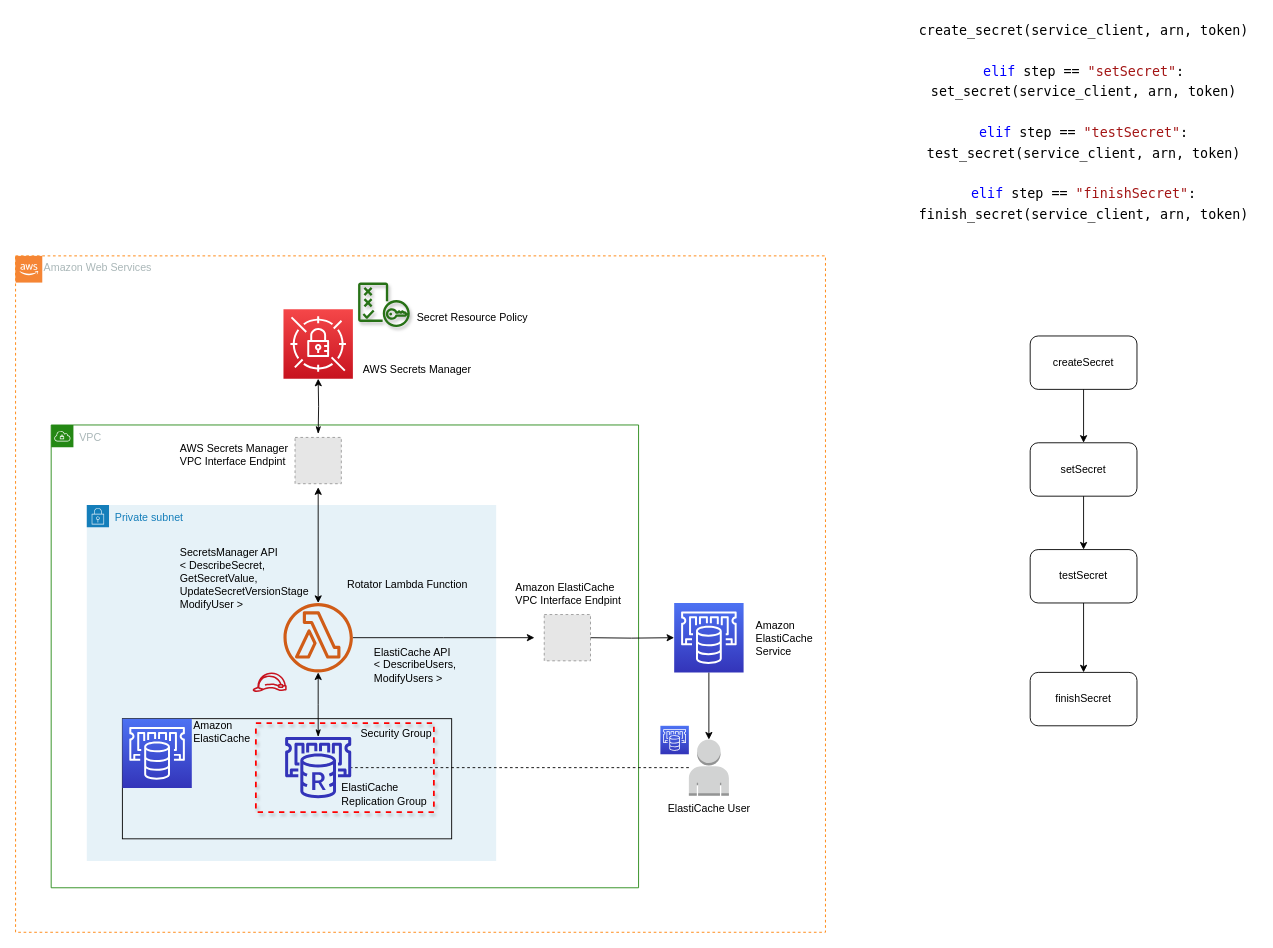
Above: page "Page-4" (4 of 5) of docs/drawio/raw.drawio in its-mirus-lu/aws-cdk-elasticache-redis-iam-rbac (draw.io), before the change. Source tidied: cells renumbered, new cells numbered last; positions are measured from the earlier drawing's top-left corner, leaving out a move shared by most shapes. Both pictures are drawn from the tidied source at 89%, with x=0, y=0 at pixel (15, 15). Pictures stored in the file or linked from it are replaced by grey dashed boxes.
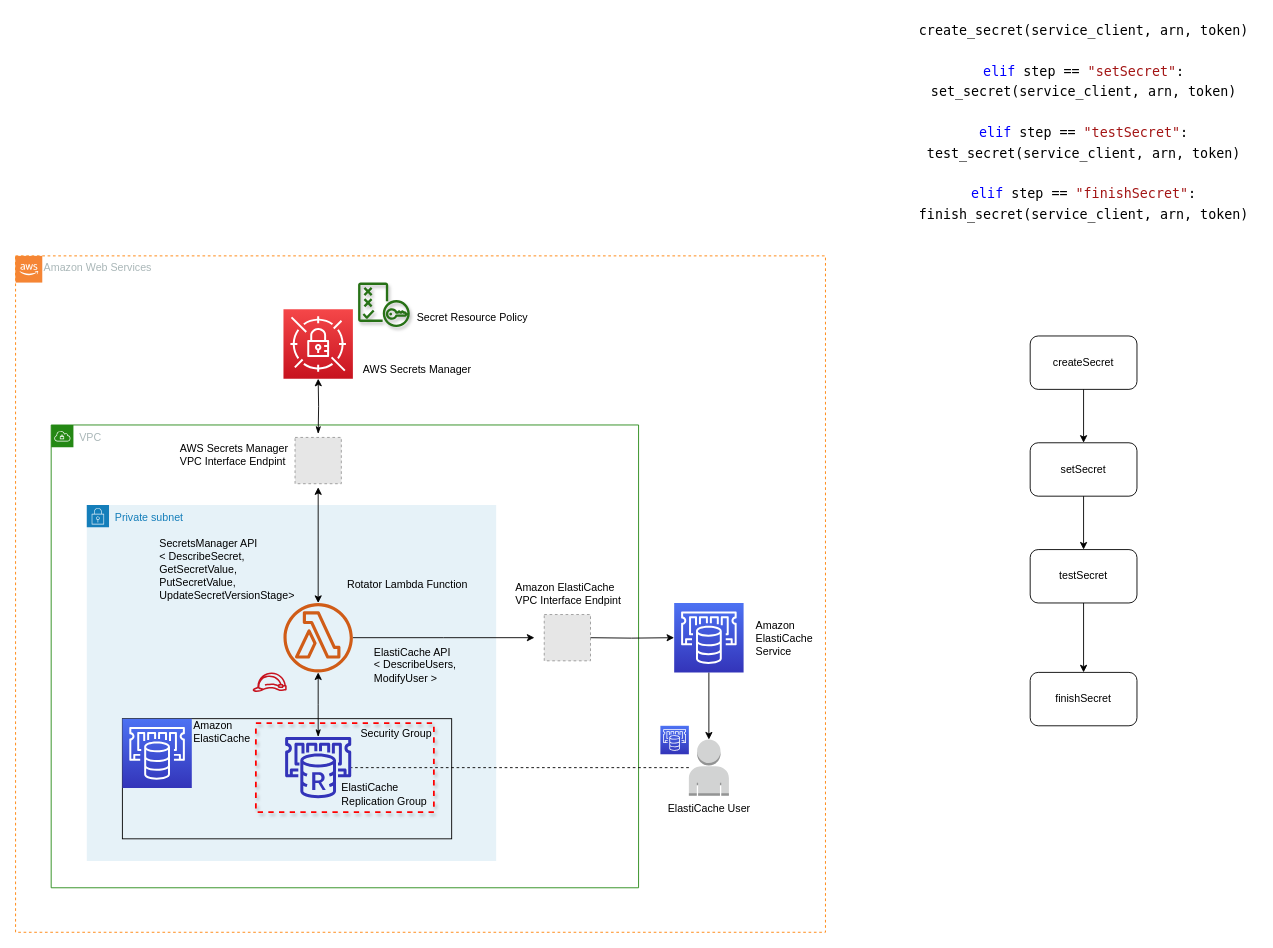
The same diagram, later.

Commit message (it also covers changes not shown here):
Fixed rotator architecture; wrong permissions listed

What changed in the source:
```diff
@@
-    <mxCell id="24" value="ElastiCache API&lt;br&gt;&amp;lt; DescribeUsers,&lt;br&gt;ModifyUsers &amp;gt;" style="text;html=1;align=left;verticalAlign=middle;" parent="1" vertex="1">
+    <mxCell id="24" value="ElastiCache API&lt;br&gt;&amp;lt; DescribeUsers,&lt;br&gt;ModifyUser &amp;gt;" style="text;html=1;align=left;verticalAlign=middle;" parent="1" vertex="1">
       <mxGeometry x="401" y="700" width="120" height="60" as="geometry" />
     </mxCell>
@@
-    <mxCell id="42" value="&lt;span style=&quot;color: rgb(0, 0, 0); font-family: Helvetica; font-size: 12px; font-style: normal; font-variant-ligatures: normal; font-variant-caps: normal; font-weight: 400; letter-spacing: normal; orphans: 2; text-align: center; text-indent: 0px; text-transform: none; widows: 2; word-spacing: 0px; -webkit-text-stroke-width: 0px; text-decoration-thickness: initial; text-decoration-style: initial; text-decoration-color: initial; float: none; display: inline !important;&quot;&gt;SecretsManager API&lt;/span&gt;&lt;br style=&quot;color: rgb(0, 0, 0); font-family: Helvetica; font-size: 12px; font-style: normal; font-variant-ligatures: normal; font-variant-caps: normal; font-weight: 400; letter-spacing: normal; orphans: 2; text-align: center; text-indent: 0px; text-transform: none; widows: 2; word-spacing: 0px; -webkit-text-stroke-width: 0px; text-decoration-thickness: initial; text-decoration-style: initial; text-decoration-color: initial;&quot;&gt;&lt;span style=&quot;color: rgb(0, 0, 0); font-family: Helvetica; font-size: 12px; font-style: normal; font-variant-ligatures: normal; font-variant-caps: normal; font-weight: 400; letter-spacing: normal; orphans: 2; text-align: center; text-indent: 0px; text-transform: none; widows: 2; word-spacing: 0px; -webkit-text-stroke-width: 0px; text-decoration-thickness: initial; text-decoration-style: initial; text-decoration-color: initial; float: none; display: inline !important;&quot;&gt;&amp;lt; DescribeSecret,&lt;br&gt;&lt;/span&gt;GetSecretValue,&lt;br&gt;UpdateSecretVersionStage&lt;br style=&quot;color: rgb(0, 0, 0); font-family: Helvetica; font-size: 12px; font-style: normal; font-variant-ligatures: normal; font-variant-caps: normal; font-weight: 400; letter-spacing: normal; orphans: 2; text-align: center; text-indent: 0px; text-transform: none; widows: 2; word-spacing: 0px; -webkit-text-stroke-width: 0px; text-decoration-thickness: initial; text-decoration-style: initial; text-decoration-color: initial;&quot;&gt;&lt;span style=&quot;color: rgb(0, 0, 0); font-family: Helvetica; font-size: 12px; font-style: normal; font-variant-ligatures: normal; font-variant-caps: normal; font-weight: 400; letter-spacing: normal; orphans: 2; text-align: center; text-indent: 0px; text-transform: none; widows: 2; word-spacing: 0px; -webkit-text-stroke-width: 0px; text-decoration-thickness: initial; text-decoration-style: initial; text-decoration-color: initial; float: none; display: inline !important;&quot;&gt;ModifyUser &amp;gt;&lt;/span&gt;" style="text;whiteSpace=wrap;html=1;" parent="1" vertex="1">
-      <mxGeometry x="183" y="590" width="130" height="70" as="geometry" />
+    <mxCell id="42" value="&lt;span style=&quot;color: rgb(0, 0, 0); font-family: Helvetica; font-size: 12px; font-style: normal; font-variant-ligatures: normal; font-variant-caps: normal; font-weight: 400; letter-spacing: normal; orphans: 2; text-align: center; text-indent: 0px; text-transform: none; widows: 2; word-spacing: 0px; -webkit-text-stroke-width: 0px; text-decoration-thickness: initial; text-decoration-style: initial; text-decoration-color: initial; float: none; display: inline !important;&quot;&gt;SecretsManager API&lt;/span&gt;&lt;br style=&quot;color: rgb(0, 0, 0); font-family: Helvetica; font-size: 12px; font-style: normal; font-variant-ligatures: normal; font-variant-caps: normal; font-weight: 400; letter-spacing: normal; orphans: 2; text-align: center; text-indent: 0px; text-transform: none; widows: 2; word-spacing: 0px; -webkit-text-stroke-width: 0px; text-decoration-thickness: initial; text-decoration-style: initial; text-decoration-color: initial;&quot;&gt;&lt;span style=&quot;color: rgb(0, 0, 0); font-family: Helvetica; font-size: 12px; font-style: normal; font-variant-ligatures: normal; font-variant-caps: normal; font-weight: 400; letter-spacing: normal; orphans: 2; text-align: center; text-indent: 0px; text-transform: none; widows: 2; word-spacing: 0px; -webkit-text-stroke-width: 0px; text-decoration-thickness: initial; text-decoration-style: initial; text-decoration-color: initial; float: none; display: inline !important;&quot;&gt;&amp;lt; DescribeSecret,&lt;br&gt;&lt;/span&gt;GetSecretValue,&lt;br&gt;PutSecretValue,&lt;br&gt;UpdateSecretVersionStage&lt;span style=&quot;color: rgb(0, 0, 0); font-family: Helvetica; font-size: 12px; font-style: normal; font-variant-ligatures: normal; font-variant-caps: normal; font-weight: 400; letter-spacing: normal; orphans: 2; text-align: center; text-indent: 0px; text-transform: none; widows: 2; word-spacing: 0px; -webkit-text-stroke-width: 0px; text-decoration-thickness: initial; text-decoration-style: initial; text-decoration-color: initial; float: none; display: inline !important;&quot;&gt;&amp;gt;&lt;/span&gt;" style="text;whiteSpace=wrap;html=1;" parent="1" vertex="1">
+      <mxGeometry x="160" y="580" width="130" height="70" as="geometry" />
     </mxCell>
```
